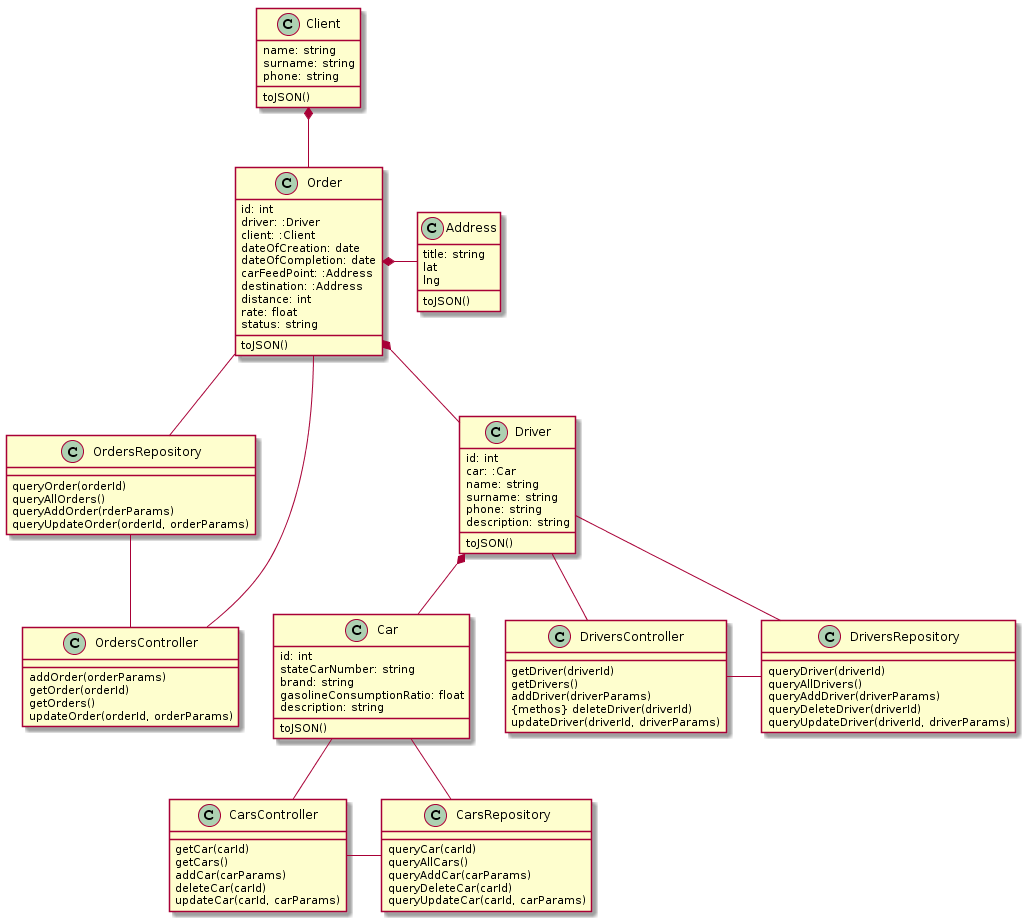
The PlantUML diagram docs/BackEnd/ClassDiagram.png in malvinkooo/taxiSystem, before a commit.
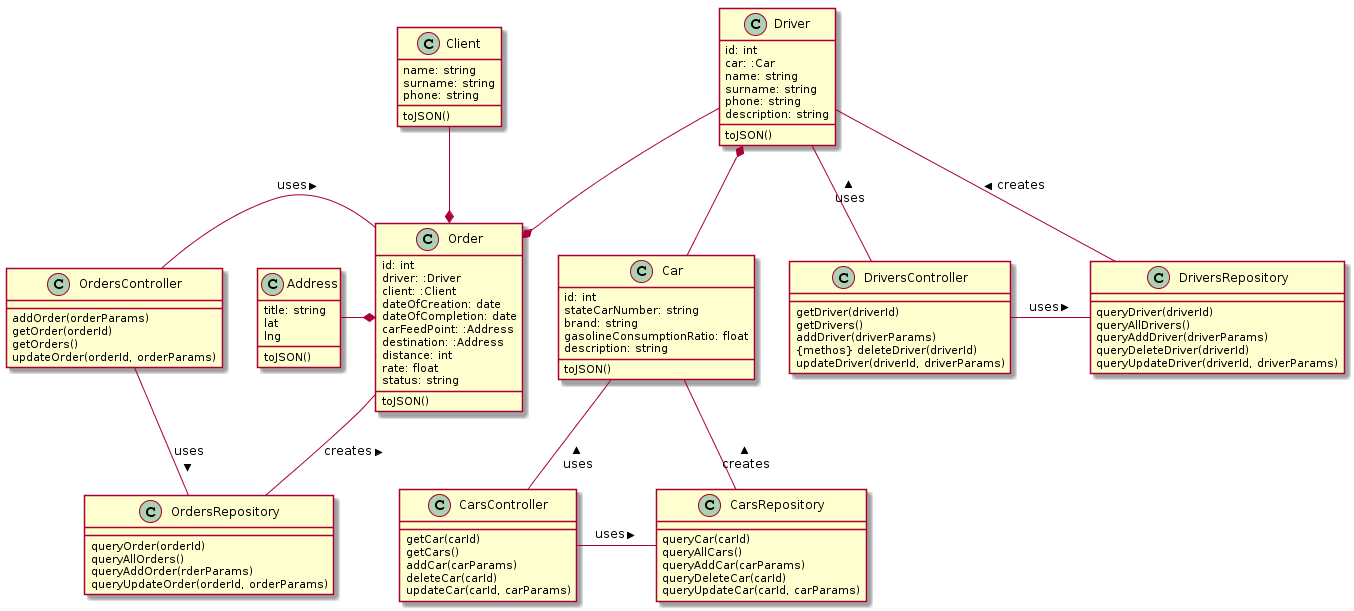
The same file after the commit.

The edit, as a diff of the source:
```diff
@@ -1,17 +1,17 @@
 @startuml
 Driver *-down- Car
-Order *-down- Driver
-Order *- Address
-Client *-down- Order
-CarsController - CarsRepository
-CarsController -up- Car
-CarsRepository -up- Car
-DriversController - DriversRepository
-DriversController -up- Driver
-DriversRepository -up- Driver
-OrdersController - Order
-OrdersController -up- OrdersRepository
-OrdersRepository -up- Order
+Order *-up- Driver
+Order *-left- Address
+Client -up-* Order
+CarsController - CarsRepository : uses >
+CarsController -up- Car : uses >
+CarsRepository -up- Car : creates >
+DriversController - DriversRepository : uses >
+DriversController -up- Driver : uses >
+DriversRepository -up- Driver : creates >
+OrdersController - Order : uses >
+OrdersController -right- OrdersRepository : uses >
+OrdersRepository -up- Order : creates >
 
 class OrdersController{
 {method} addOrder(orderParams)
```
